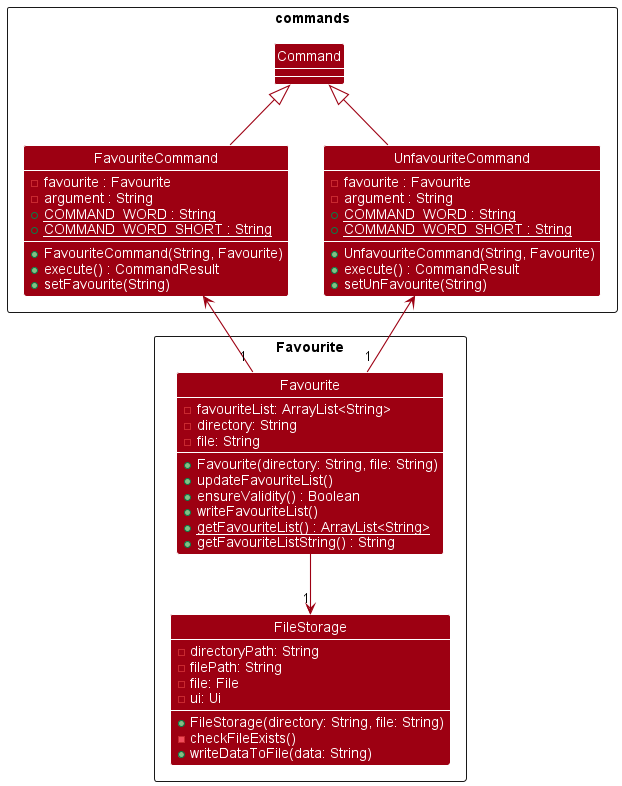
Before: docs/images/FavouriteClassDiagram.png, a diagram exported from PlantUML (nus-cs2113-AY2223S1/tp).
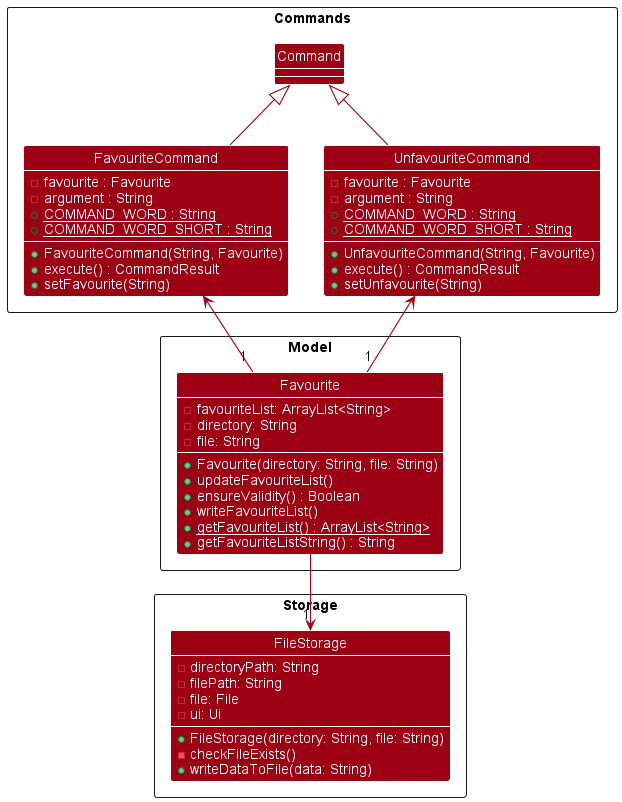
After the change.

Commit message:
Update Favourite section

Change to the diagram source:
```diff
@@ -6,7 +6,7 @@
 show field
 show methods
 
-package commands <<Rectangle>> {
+package Commands <<Rectangle>> {
 Class FavouriteCommand {
     -favourite : Favourite
     -argument : String
@@ -24,16 +24,14 @@
     +<u>COMMAND_WORD_SHORT : String
     +UnfavouriteCommand(String, Favourite)
     +execute() : CommandResult
-    +setUnFavourite(String)
+    +setUnfavourite(String)
 }
 
 Command <|-- FavouriteCommand
 Command <|-- UnfavouriteCommand
 }
 
-
-
-package Favourite <<Rectangle>> {
+package Model <<Rectangle>> {
 Class Favourite {
     -favouriteList: ArrayList<String>
     -directory: String
@@ -45,7 +43,9 @@
     +<u>getFavouriteList() : ArrayList<String>
     +getFavouriteListString() : String
 }
+}
 
+package Storage <<Rectangle>> {
 Class FileStorage {
     -directoryPath: String
     -filePath: String
```
